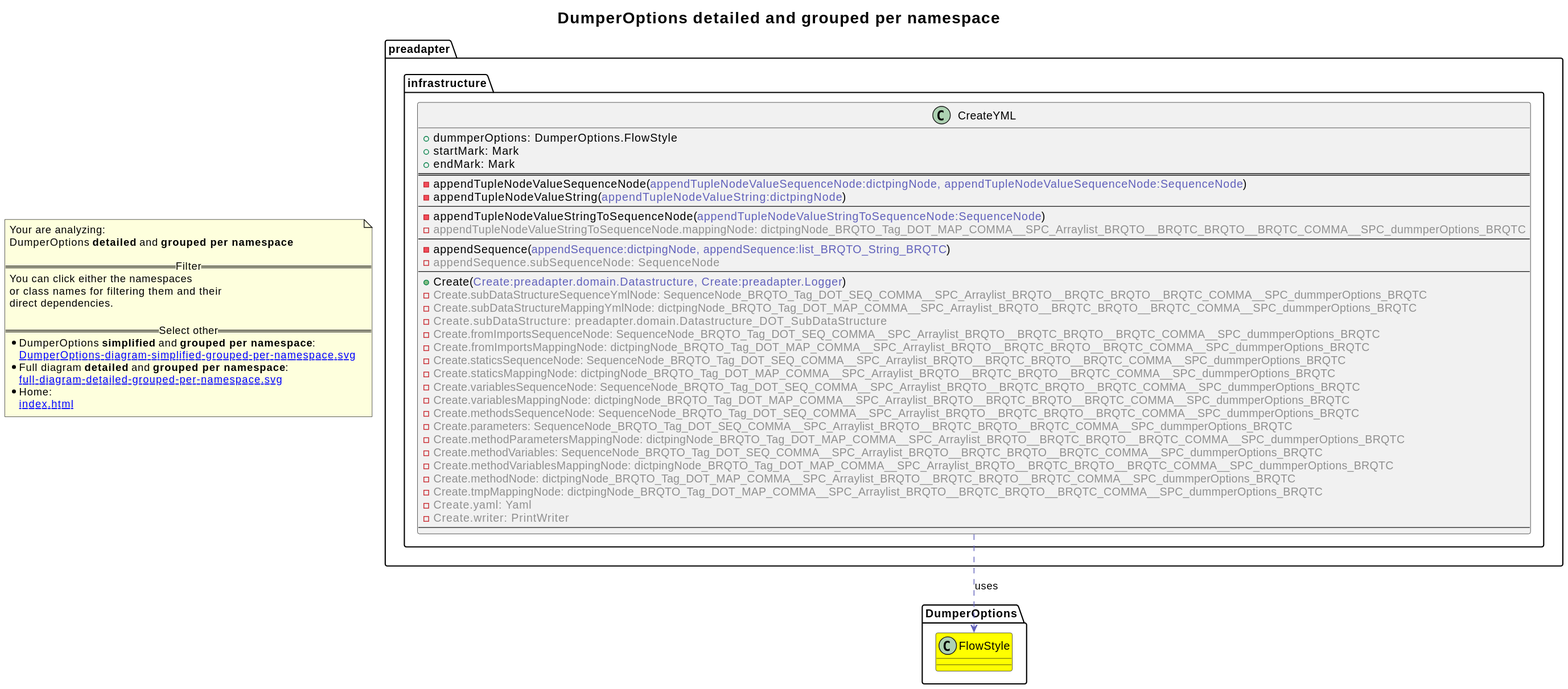
2BlackCoffees/revenger keeps this PlantUML diagram as revenger-java-adapter.out/DumperOptions-diagram-detailed-grouped-per-namespace.svg. Above is the earlier version.
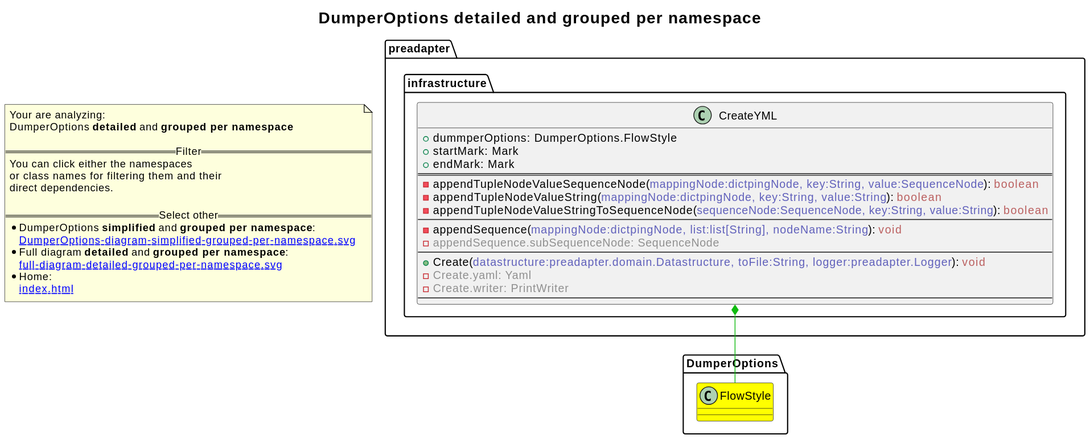
Later version of the same file.

Change to the diagram source:
```diff
@@ -1,4 +1,5 @@
 @startuml
+skinparam linetype ortho
 title <size:20>DumperOptions **detailed** and **grouped per namespace**</size>
 note "Your are analyzing:\nDumperOptions **detailed** and **grouped per namespace**\n\n==Filter==\nYou can click either the namespaces \nor class names for filtering them and their\ndirect dependencies.\n\n==Select other==\n* DumperOptions **simplified** and **grouped per namespace**:\n   [[DumperOptions-diagram-simplified-grouped-per-namespace.svg]]\n* Full diagram **detailed** and **grouped per namespace**:\n   [[full-diagram-detailed-grouped-per-namespace.svg]]\n* Home:\n   [[index.html]]" as FloatingNote
 class DumperOptions.FlowStyle [[DumperOptions.FlowStyle-diagram-detailed-grouped-per-namespace.svg]] #yellow {
@@ -10,37 +11,19 @@
     + startMark: Mark
     + endMark: Mark
 ==
-    - appendTupleNodeValueSequenceNode(<font color="6060BB">appendTupleNodeValueSequenceNode:dictpingNode, appendTupleNodeValueSequenceNode:SequenceNode</font>)
-    - appendTupleNodeValueString(<font color="6060BB">appendTupleNodeValueString:dictpingNode</font>)
+    - appendTupleNodeValueSequenceNode(<font color="6060BB">mappingNode:dictpingNode, key:String, value:SequenceNode</font>): <font color="BB6060">boolean</font>
+    - appendTupleNodeValueString(<font color="6060BB">mappingNode:dictpingNode, key:String, value:String</font>): <font color="BB6060">boolean</font>
+    - appendTupleNodeValueStringToSequenceNode(<font color="6060BB">sequenceNode:SequenceNode, key:String, value:String</font>): <font color="BB6060">boolean</font>
 --
-    - appendTupleNodeValueStringToSequenceNode(<font color="6060BB">appendTupleNodeValueStringToSequenceNode:SequenceNode</font>)
-    - <font color="909090">appendTupleNodeValueStringToSequenceNode.mappingNode: dictpingNode_BRQTO_Tag_DOT_MAP_COMMA__SPC_Arraylist_BRQTO__BRQTC_BRQTO__BRQTC_COMMA__SPC_dummperOptions_BRQTC</font>
---
-    - appendSequence(<font color="6060BB">appendSequence:dictpingNode, appendSequence:list_BRQTO_String_BRQTC</font>)
+    - appendSequence(<font color="6060BB">mappingNode:dictpingNode, list:list[String], nodeName:String</font>): <font color="BB6060">void</font>
     - <font color="909090">appendSequence.subSequenceNode: SequenceNode</font>
 --
-    + Create(<font color="6060BB">Create:preadapter.domain.Datastructure, Create:preadapter.Logger</font>)
-    - <font color="909090">Create.subDataStructureSequenceYmlNode: SequenceNode_BRQTO_Tag_DOT_SEQ_COMMA__SPC_Arraylist_BRQTO__BRQTC_BRQTO__BRQTC_COMMA__SPC_dummperOptions_BRQTC</font>
-    - <font color="909090">Create.subDataStructureMappingYmlNode: dictpingNode_BRQTO_Tag_DOT_MAP_COMMA__SPC_Arraylist_BRQTO__BRQTC_BRQTO__BRQTC_COMMA__SPC_dummperOptions_BRQTC</font>
-    - <font color="909090">Create.subDataStructure: preadapter.domain.Datastructure_DOT_SubDataStructure</font>
-    - <font color="909090">Create.fromImportsSequenceNode: SequenceNode_BRQTO_Tag_DOT_SEQ_COMMA__SPC_Arraylist_BRQTO__BRQTC_BRQTO__BRQTC_COMMA__SPC_dummperOptions_BRQTC</font>
-    - <font color="909090">Create.fromImportsMappingNode: dictpingNode_BRQTO_Tag_DOT_MAP_COMMA__SPC_Arraylist_BRQTO__BRQTC_BRQTO__BRQTC_COMMA__SPC_dummperOptions_BRQTC</font>
-    - <font color="909090">Create.staticsSequenceNode: SequenceNode_BRQTO_Tag_DOT_SEQ_COMMA__SPC_Arraylist_BRQTO__BRQTC_BRQTO__BRQTC_COMMA__SPC_dummperOptions_BRQTC</font>
-    - <font color="909090">Create.staticsMappingNode: dictpingNode_BRQTO_Tag_DOT_MAP_COMMA__SPC_Arraylist_BRQTO__BRQTC_BRQTO__BRQTC_COMMA__SPC_dummperOptions_BRQTC</font>
-    - <font color="909090">Create.variablesSequenceNode: SequenceNode_BRQTO_Tag_DOT_SEQ_COMMA__SPC_Arraylist_BRQTO__BRQTC_BRQTO__BRQTC_COMMA__SPC_dummperOptions_BRQTC</font>
-    - <font color="909090">Create.variablesMappingNode: dictpingNode_BRQTO_Tag_DOT_MAP_COMMA__SPC_Arraylist_BRQTO__BRQTC_BRQTO__BRQTC_COMMA__SPC_dummperOptions_BRQTC</font>
-    - <font color="909090">Create.methodsSequenceNode: SequenceNode_BRQTO_Tag_DOT_SEQ_COMMA__SPC_Arraylist_BRQTO__BRQTC_BRQTO__BRQTC_COMMA__SPC_dummperOptions_BRQTC</font>
-    - <font color="909090">Create.parameters: SequenceNode_BRQTO_Tag_DOT_SEQ_COMMA__SPC_Arraylist_BRQTO__BRQTC_BRQTO__BRQTC_COMMA__SPC_dummperOptions_BRQTC</font>
-    - <font color="909090">Create.methodParametersMappingNode: dictpingNode_BRQTO_Tag_DOT_MAP_COMMA__SPC_Arraylist_BRQTO__BRQTC_BRQTO__BRQTC_COMMA__SPC_dummperOptions_BRQTC</font>
-    - <font color="909090">Create.methodVariables: SequenceNode_BRQTO_Tag_DOT_SEQ_COMMA__SPC_Arraylist_BRQTO__BRQTC_BRQTO__BRQTC_COMMA__SPC_dummperOptions_BRQTC</font>
-    - <font color="909090">Create.methodVariablesMappingNode: dictpingNode_BRQTO_Tag_DOT_MAP_COMMA__SPC_Arraylist_BRQTO__BRQTC_BRQTO__BRQTC_COMMA__SPC_dummperOptions_BRQTC</font>
-    - <font color="909090">Create.methodNode: dictpingNode_BRQTO_Tag_DOT_MAP_COMMA__SPC_Arraylist_BRQTO__BRQTC_BRQTO__BRQTC_COMMA__SPC_dummperOptions_BRQTC</font>
-    - <font color="909090">Create.tmpMappingNode: dictpingNode_BRQTO_Tag_DOT_MAP_COMMA__SPC_Arraylist_BRQTO__BRQTC_BRQTO__BRQTC_COMMA__SPC_dummperOptions_BRQTC</font>
+    + Create(<font color="6060BB">datastructure:preadapter.domain.Datastructure, toFile:String, logger:preadapter.Logger</font>): <font color="BB6060">void</font>
     - <font color="909090">Create.yaml: Yaml</font>
     - <font color="909090">Create.writer: PrintWriter</font>
 --
   }
 }
 }
-preadapter.infrastructure.CreateYML .[#6060BB].> DumperOptions.FlowStyle  : uses
+preadapter.infrastructure.CreateYML *-[#10BB10]- DumperOptions.FlowStyle
 @enduml
```
